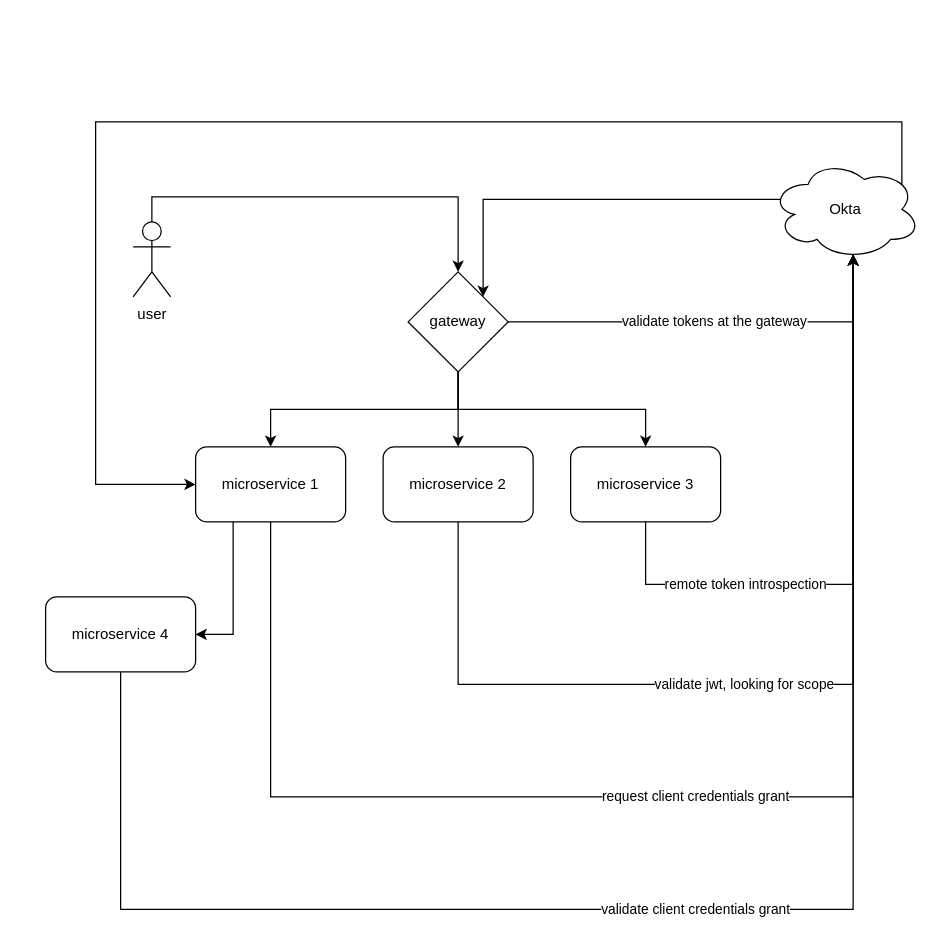
Above: php-microservices-architecture.drawio in cpave3/php-microservices-demo (draw.io), before the change. Source tidied: cells renumbered, new cells numbered last; positions are measured from the earlier drawing's top-left corner, leaving out a move shared by most shapes. Both pictures are drawn from the tidied source at 125%, with x=0, y=0 at pixel (45, 121).
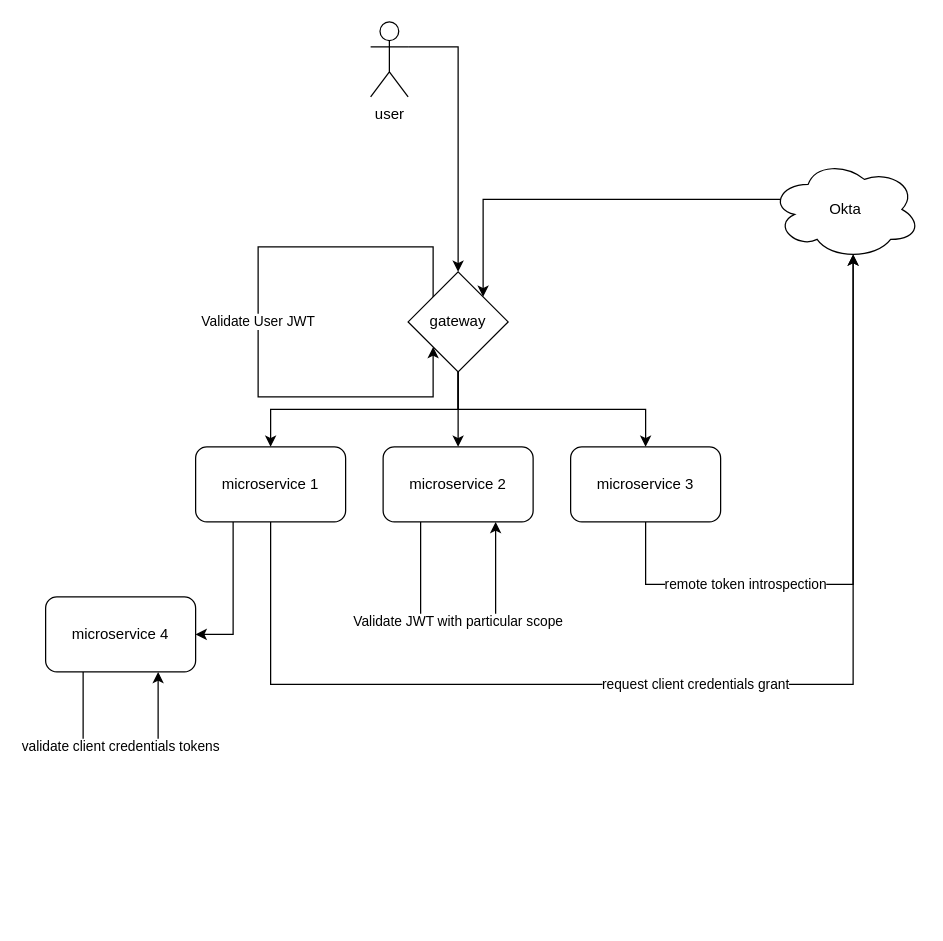
The same page after the edit.

The change refers to these unchanged cells:
```xml
<mxCell id="8" value="gateway" style="rhombus;whiteSpace=wrap;html=1;" parent="1" vertex="1">
  <mxGeometry x="290" y="120" width="80" height="80" as="geometry" />
</mxCell>
<mxCell id="11" value="microservice 1" style="rounded=1;whiteSpace=wrap;html=1;" parent="1" vertex="1">
  <mxGeometry x="120" y="260" width="120" height="60" as="geometry" />
</mxCell>
<mxCell id="13" value="microservice 2" style="rounded=1;whiteSpace=wrap;html=1;" parent="1" vertex="1">
  <mxGeometry x="270" y="260" width="120" height="60" as="geometry" />
</mxCell>
<mxCell id="17" value="microservice 4" style="rounded=1;whiteSpace=wrap;html=1;" parent="1" vertex="1">
  <mxGeometry y="380" width="120" height="60" as="geometry" />
</mxCell>
<mxCell id="20" value="Okta" style="ellipse;shape=cloud;whiteSpace=wrap;html=1;" parent="1" vertex="1">
  <mxGeometry x="580" y="30" width="120" height="80" as="geometry" />
</mxCell>
```

Diff of the diagram source:
```diff
@@
-    <mxCell id="2" style="edgeStyle=orthogonalEdgeStyle;rounded=0;jettySize=auto;html=1;exitX=0.5;exitY=0;exitDx=0;exitDy=0;exitPerimeter=0;entryX=0.5;entryY=0;entryDx=0;entryDy=0;" parent="1" edge="1" source="3" target="8">
-      <mxGeometry relative="1" as="geometry">
-        <Array as="points">
-          <mxPoint x="85" y="60" />
-          <mxPoint x="330" y="60" />
-        </Array>
-      </mxGeometry>
+    <mxCell id="2" style="edgeStyle=orthogonalEdgeStyle;rounded=0;jettySize=auto;html=1;exitX=1;exitY=0.3333333333333333;exitDx=0;exitDy=0;exitPerimeter=0;entryX=0.5;entryY=0;entryDx=0;entryDy=0;" parent="1" edge="1" source="3" target="8">
+      <mxGeometry relative="1" as="geometry" />
     </mxCell>
     <mxCell id="3" value="user" style="shape=umlActor;verticalLabelPosition=bottom;verticalAlign=top;html=1;outlineConnect=0;" parent="1" vertex="1">
-      <mxGeometry x="70" y="80" width="30" height="60" as="geometry" />
+      <mxGeometry x="260" y="-80" width="30" height="60" as="geometry" />
     </mxCell>
@@
-    <mxCell id="7" value="validate tokens at the gateway" style="edgeStyle=orthogonalEdgeStyle;rounded=0;jettySize=auto;html=1;exitX=1;exitY=0.5;exitDx=0;exitDy=0;entryX=0.55;entryY=0.95;entryDx=0;entryDy=0;entryPerimeter=0;" parent="1" edge="1" source="8" target="20">
-      <mxGeometry relative="1" as="geometry" />
-    </mxCell>
@@
     <mxCell id="9" value="request client credentials grant" style="edgeStyle=orthogonalEdgeStyle;rounded=0;jettySize=auto;html=1;exitX=0.5;exitY=1;exitDx=0;exitDy=0;entryX=0.55;entryY=0.95;entryDx=0;entryDy=0;entryPerimeter=0;" parent="1" edge="1" source="11" target="20">
       <mxGeometry relative="1" as="geometry">
         <Array as="points">
-          <mxPoint x="180" y="540" />
-          <mxPoint x="646" y="540" />
+          <mxPoint x="180" y="450" />
+          <mxPoint x="646" y="450" />
         </Array>
       </mxGeometry>
     </mxCell>
@@
-    <mxCell id="12" value="validate jwt, looking for scope" style="edgeStyle=orthogonalEdgeStyle;rounded=0;jettySize=auto;html=1;exitX=0.5;exitY=1;exitDx=0;exitDy=0;entryX=0.55;entryY=0.95;entryDx=0;entryDy=0;entryPerimeter=0;" parent="1" edge="1" source="13" target="20">
-      <mxGeometry x="-0.09" relative="1" as="geometry">
-        <Array as="points">
-          <mxPoint x="330" y="450" />
-          <mxPoint x="646" y="450" />
-        </Array>
-      </mxGeometry>
-    </mxCell>
@@
-    <mxCell id="16" value="validate client credentials grant" style="edgeStyle=orthogonalEdgeStyle;rounded=0;jettySize=auto;html=1;exitX=0.5;exitY=1;exitDx=0;exitDy=0;entryX=0.55;entryY=0.95;entryDx=0;entryDy=0;entryPerimeter=0;" parent="1" edge="1" source="17" target="20">
-      <mxGeometry relative="1" as="geometry">
-        <Array as="points">
-          <mxPoint x="60" y="630" />
-          <mxPoint x="646" y="630" />
-        </Array>
-      </mxGeometry>
-    </mxCell>
@@
-    <mxCell id="19" style="edgeStyle=orthogonalEdgeStyle;rounded=0;jettySize=auto;html=1;exitX=0.875;exitY=0.5;exitDx=0;exitDy=0;exitPerimeter=0;entryX=0;entryY=0.5;entryDx=0;entryDy=0;" parent="1" edge="1" source="20" target="11">
-      <mxGeometry relative="1" as="geometry">
-        <Array as="points">
-          <mxPoint x="685" />
-          <mxPoint x="40" />
-          <mxPoint x="40" y="290" />
-        </Array>
-      </mxGeometry>
-    </mxCell>
@@
+    <mxCell id="21" value="Validate User JWT" style="edgeStyle=orthogonalEdgeStyle;rounded=0;orthogonalLoop=1;jettySize=auto;html=1;exitX=0;exitY=0;exitDx=0;exitDy=0;entryX=0;entryY=1;entryDx=0;entryDy=0;" parent="1" edge="1" source="8" target="8">
+      <mxGeometry relative="1" as="geometry">
+        <Array as="points">
+          <mxPoint x="310" y="100" />
+          <mxPoint x="170" y="100" />
+          <mxPoint x="170" y="220" />
+          <mxPoint x="310" y="220" />
+        </Array>
+      </mxGeometry>
+    </mxCell>
+    <mxCell id="22" value="Validate JWT with particular scope" style="edgeStyle=orthogonalEdgeStyle;rounded=0;orthogonalLoop=1;jettySize=auto;html=1;exitX=0.25;exitY=1;exitDx=0;exitDy=0;entryX=0.75;entryY=1;entryDx=0;entryDy=0;" parent="1" edge="1" source="13" target="13">
+      <mxGeometry relative="1" as="geometry">
+        <Array as="points">
+          <mxPoint x="300" y="400" />
+          <mxPoint x="360" y="400" />
+        </Array>
+      </mxGeometry>
+    </mxCell>
+    <mxCell id="23" value="validate client credentials tokens" style="edgeStyle=orthogonalEdgeStyle;rounded=0;orthogonalLoop=1;jettySize=auto;html=1;exitX=0.25;exitY=1;exitDx=0;exitDy=0;entryX=0.75;entryY=1;entryDx=0;entryDy=0;" parent="1" edge="1" source="17" target="17">
+      <mxGeometry relative="1" as="geometry">
+        <Array as="points">
+          <mxPoint x="30" y="500" />
+          <mxPoint x="90" y="500" />
+        </Array>
+      </mxGeometry>
+    </mxCell>
```
